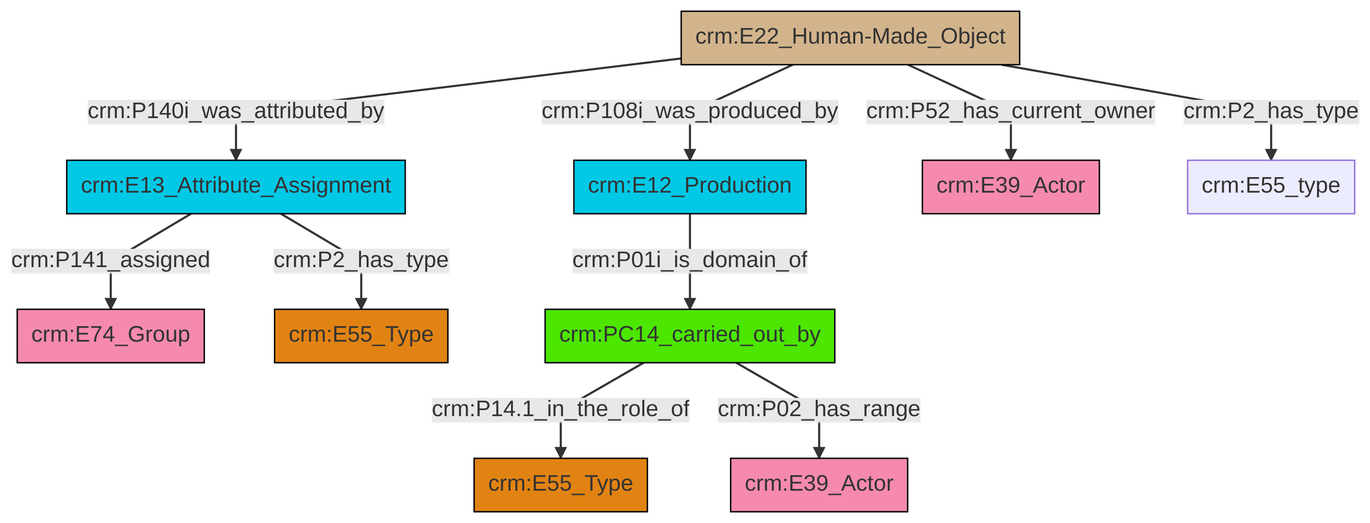
Above: et/builtWorkCSV/ttl/mmd/png/Built_Work_actor_relations.png in swiss-art-research-net/reference-data-models (Mermaid), before the change. Its source is kept beside it as et/builtWorkCSV/ttl/mmd/Built_Work_actor_relations.ttl.mmd.
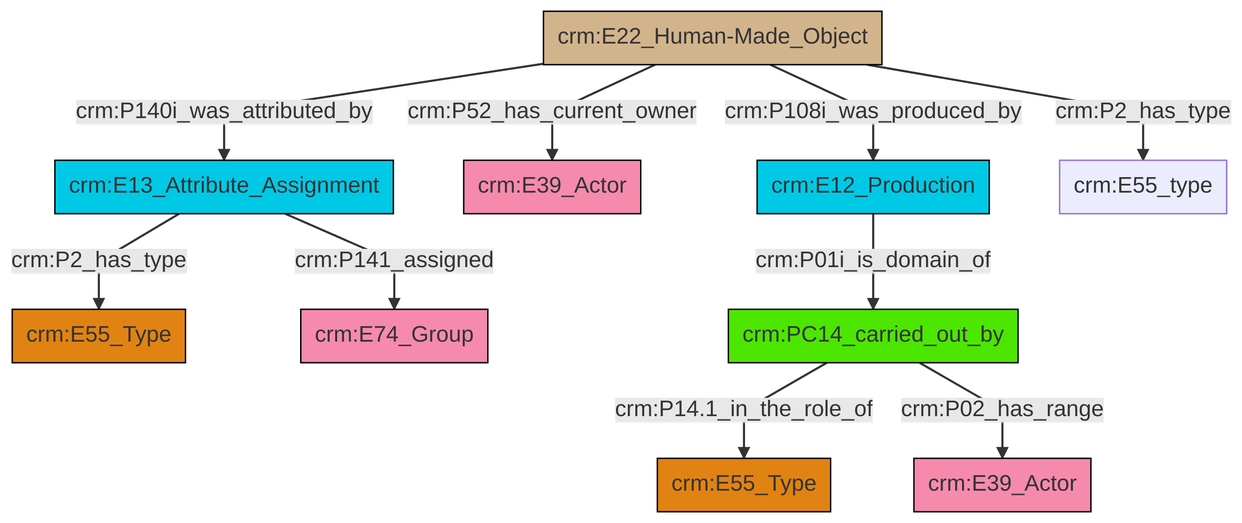
After the commit.

Change to the diagram source:
```diff
@@ -13,12 +13,12 @@
 classDef PC_Classes fill:#4ce600, stroke:#000000;
 classDef Multi fill:#cccccc,stroke:#000000;
 
-8["crm:E13_Attribute_Assignment"]:::Temporal_Entity -->|crm:P141_assigned| 2["crm:E74_Group"]:::Actor
-10["crm:PC14_carried_out_by"]:::PC_Classes -->|crm:P14.1_in_the_role_of| 0["crm:E55_Type"]:::Type
-4["crm:E22_Human-Made_Object"]:::Physical_Thing -->|crm:P140i_was_attributed_by| 8["crm:E13_Attribute_Assignment"]:::Temporal_Entity
-8["crm:E13_Attribute_Assignment"]:::Temporal_Entity -->|crm:P2_has_type| 6["crm:E55_Type"]:::Type
-4["crm:E22_Human-Made_Object"]:::Physical_Thing -->|crm:P108i_was_produced_by| 11["crm:E12_Production"]:::Temporal_Entity
-4["crm:E22_Human-Made_Object"]:::Physical_Thing -->|crm:P52_has_current_owner| 12["crm:E39_Actor"]:::Actor
-11["crm:E12_Production"]:::Temporal_Entity -->|crm:P01i_is_domain_of| 10["crm:PC14_carried_out_by"]:::PC_Classes
-4["crm:E22_Human-Made_Object"]:::Physical_Thing -->|crm:P2_has_type| 19["crm:E55_type"]:::Default
-10["crm:PC14_carried_out_by"]:::PC_Classes -->|crm:P02_has_range| 13["crm:E39_Actor"]:::Actor
+0["crm:E13_Attribute_Assignment"]:::Temporal_Entity -->|crm:P2_has_type| 1["crm:E55_Type"]:::Type
+2["crm:PC14_carried_out_by"]:::PC_Classes -->|crm:P14.1_in_the_role_of| 3["crm:E55_Type"]:::Type
+4["crm:E22_Human-Made_Object"]:::Physical_Thing -->|crm:P140i_was_attributed_by| 0["crm:E13_Attribute_Assignment"]:::Temporal_Entity
+4["crm:E22_Human-Made_Object"]:::Physical_Thing -->|crm:P52_has_current_owner| 5["crm:E39_Actor"]:::Actor
+2["crm:PC14_carried_out_by"]:::PC_Classes -->|crm:P02_has_range| 6["crm:E39_Actor"]:::Actor
+4["crm:E22_Human-Made_Object"]:::Physical_Thing -->|crm:P108i_was_produced_by| 16["crm:E12_Production"]:::Temporal_Entity
+4["crm:E22_Human-Made_Object"]:::Physical_Thing -->|crm:P2_has_type| 18["crm:E55_type"]:::Default
+0["crm:E13_Attribute_Assignment"]:::Temporal_Entity -->|crm:P141_assigned| 8["crm:E74_Group"]:::Actor
+16["crm:E12_Production"]:::Temporal_Entity -->|crm:P01i_is_domain_of| 2["crm:PC14_carried_out_by"]:::PC_Classes
```
